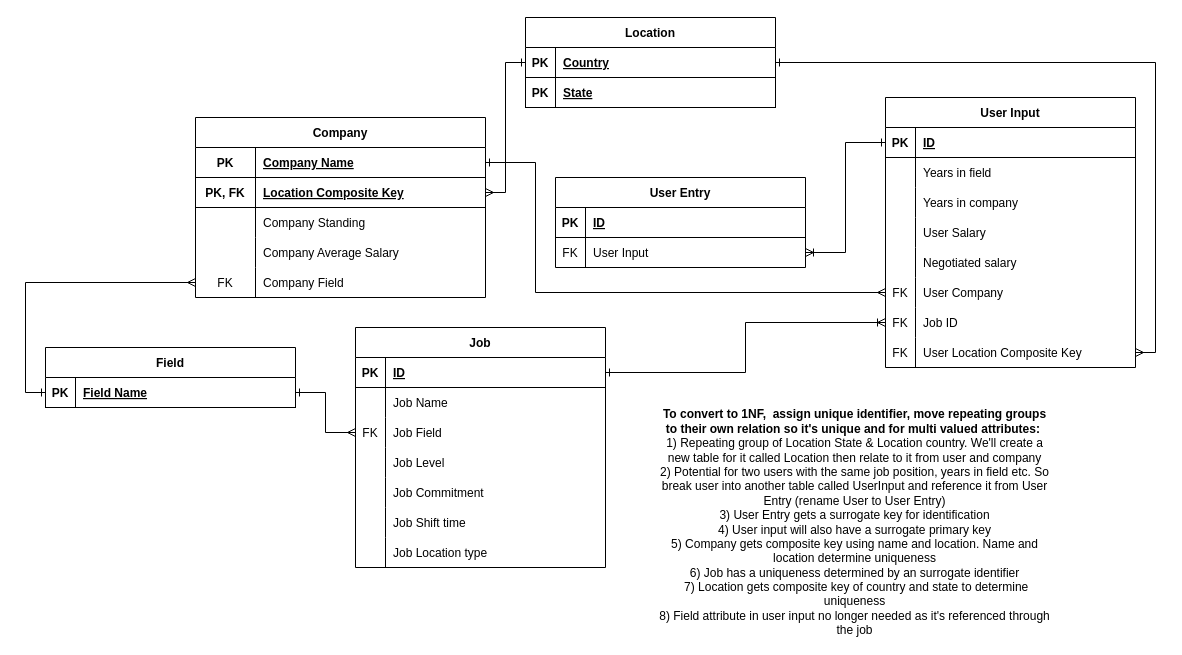
Above: Design Process & MISC/1NF_FINAL.drawio in codermanz/salaryShareProject (draw.io), before the change. Source tidied: cells renumbered, new cells numbered last; positions are measured from the earlier drawing's top-left corner, leaving out a move shared by most shapes. Both pictures are drawn from the tidied source at 100%, with x=0, y=0 at pixel (45, 17).
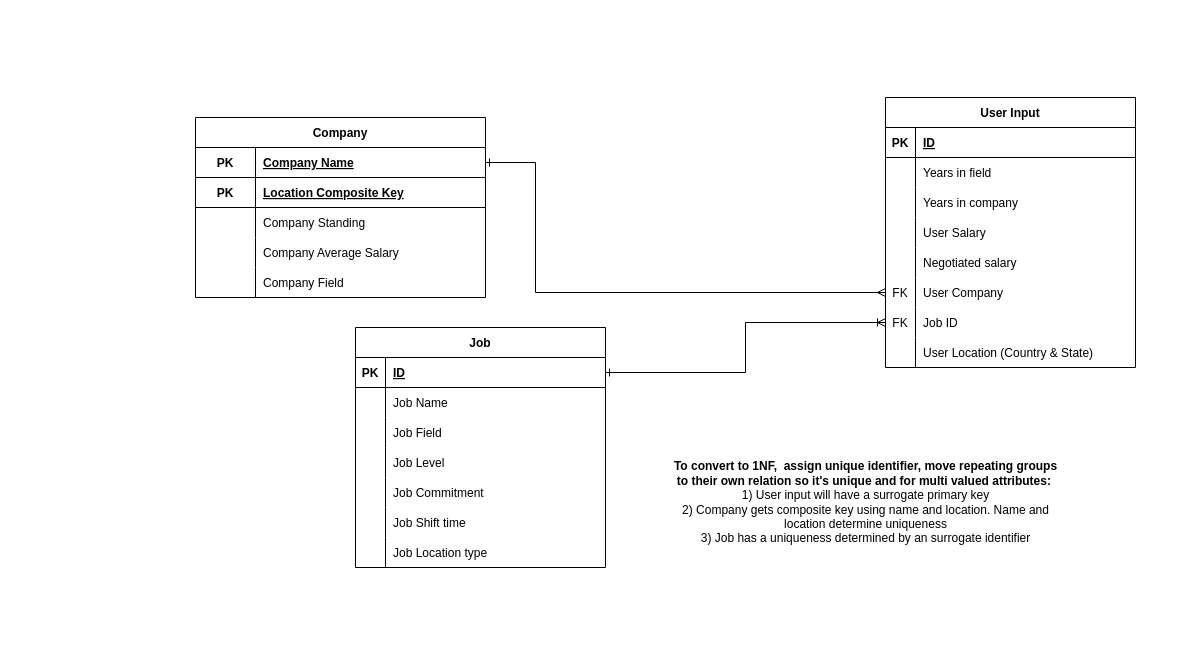
The same page after the edit.

Unchanged cells that the change refers to:
```xml
<mxCell id="6" style="shape=partialRectangle;fillColor=none;points=[[0,0.5],[1,0.5]];portConstraint=eastwest;top=0;left=0;right=0;bottom=1;" parent="2" vertex="1">
  <mxGeometry y="60" width="290" height="30" as="geometry" />
</mxCell>
<mxCell id="15" style="shape=partialRectangle;fillColor=none;points=[[0,0.5],[1,0.5]];portConstraint=eastwest;top=0;left=0;right=0;bottom=0;" parent="2" vertex="1">
  <mxGeometry y="150" width="290" height="30" as="geometry" />
</mxCell>
<mxCell id="25" style="shape=partialRectangle;fillColor=none;points=[[0,0.5],[1,0.5]];portConstraint=eastwest;top=0;left=0;right=0;bottom=0;" parent="18" vertex="1">
  <mxGeometry y="90" width="250" height="30" as="geometry" />
</mxCell>
<mxCell id="65" style="shape=partialRectangle;fillColor=none;points=[[0,0.5],[1,0.5]];portConstraint=eastwest;top=0;left=0;right=0;bottom=1;" parent="64" vertex="1">
  <mxGeometry y="30" width="250" height="30" as="geometry" />
</mxCell>
<mxCell id="86" style="shape=partialRectangle;fillColor=none;points=[[0,0.5],[1,0.5]];portConstraint=eastwest;top=0;left=0;right=0;bottom=0;" parent="64" vertex="1">
  <mxGeometry y="240" width="250" height="30" as="geometry" />
</mxCell>
```

What changed in the source:
```diff
@@
-    <mxCell id="7" value="PK, FK" style="shape=partialRectangle;overflow=hidden;fillColor=none;top=0;left=0;bottom=0;right=0;fontStyle=1;" parent="6" vertex="1">
+    <mxCell id="7" value="PK" style="shape=partialRectangle;overflow=hidden;fillColor=none;top=0;left=0;bottom=0;right=0;fontStyle=1;" parent="6" vertex="1">
       <mxGeometry width="60" height="30" as="geometry" />
     </mxCell>
@@
-    <mxCell id="16" value="FK" style="shape=partialRectangle;overflow=hidden;fillColor=none;top=0;left=0;bottom=0;right=0;" parent="15" vertex="1">
+    <mxCell id="16" style="shape=partialRectangle;overflow=hidden;fillColor=none;top=0;left=0;bottom=0;right=0;" parent="15" vertex="1">
       <mxGeometry width="60" height="30" as="geometry" />
     </mxCell>
@@
-    <mxCell id="26" value="FK" style="shape=partialRectangle;overflow=hidden;fillColor=none;top=0;left=0;bottom=0;right=0;" parent="25" vertex="1">
+    <mxCell id="26" style="shape=partialRectangle;overflow=hidden;fillColor=none;top=0;left=0;bottom=0;right=0;" parent="25" vertex="1">
       <mxGeometry width="30" height="30" as="geometry" />
     </mxCell>
@@
-    <mxCell id="40" value="&lt;b&gt;To convert to 1NF, &amp;nbsp;assign unique identifier, move repeating groups to their own relation so it's unique and for multi valued attributes:&lt;/b&gt;&amp;nbsp;&lt;br&gt;1) Repeating group of Location State &amp;amp; Location country. We'll create a new table for it called Location then relate to it from user and company&lt;br&gt;2) Potential for two users with the same job position, years in field etc. So break user into another table called UserInput and reference it from User Entry (rename User to User Entry)&lt;br&gt;3) User Entry gets a surrogate key for identification&lt;br&gt;4) User input will also have a surrogate primary key&lt;br&gt;5) Company gets composite key using name and location. Name and location determine uniqueness&lt;br&gt;6) Job has a uniqueness determined by an surrogate identifier&lt;br&gt;&amp;nbsp;7) Location gets composite key of country and state to determine uniqueness&lt;br&gt;8) Field attribute in user input no longer needed as it's referenced through the job" style="text;html=1;strokeColor=none;fillColor=none;align=center;verticalAlign=middle;whiteSpace=wrap;rounded=0;" parent="1" vertex="1">
-      <mxGeometry x="610" y="410" width="399" height="190" as="geometry" />
+    <mxCell id="40" value="&lt;b&gt;To convert to 1NF, &amp;nbsp;assign unique identifier, move repeating groups to their own relation so it's unique and for multi valued attributes:&lt;/b&gt;&amp;nbsp;&lt;br&gt;1) User input will have a surrogate primary key&lt;br&gt;2) Company gets composite key using name and location. Name and location determine uniqueness&lt;br&gt;3) Job has a uniqueness determined by an surrogate identifier" style="text;html=1;strokeColor=none;fillColor=none;align=center;verticalAlign=middle;whiteSpace=wrap;rounded=0;" parent="1" vertex="1">
+      <mxGeometry x="621" y="390" width="399" height="190" as="geometry" />
     </mxCell>
-    <mxCell id="41" value="Field" style="shape=table;startSize=30;childLayout=tableLayout;rowLines=0;fontStyle=1;align=center;" parent="1" vertex="1">
-      <mxGeometry y="330" width="250" height="60" as="geometry" />
-    </mxCell>
-    <mxCell id="42" style="shape=partialRectangle;fillColor=none;points=[[0,0.5],[1,0.5]];portConstraint=eastwest;top=0;left=0;right=0;bottom=1;" parent="41" vertex="1">
-      <mxGeometry y="30" width="250" height="30" as="geometry" />
-    </mxCell>
-    <mxCell id="43" value="PK" style="shape=partialRectangle;overflow=hidden;fillColor=none;top=0;left=0;bottom=0;right=0;fontStyle=1;" parent="42" vertex="1">
-      <mxGeometry width="30" height="30" as="geometry" />
-    </mxCell>
-    <mxCell id="44" value="Field Name" style="shape=partialRectangle;overflow=hidden;fillColor=none;top=0;left=0;bottom=0;right=0;align=left;spacingLeft=6;fontStyle=5;" parent="42" vertex="1">
-      <mxGeometry x="30" width="220" height="30" as="geometry" />
-    </mxCell>
-    <mxCell id="45" value="Location" style="shape=table;startSize=30;childLayout=tableLayout;rowLines=0;fontStyle=1;align=center;" parent="1" vertex="1">
-      <mxGeometry x="480" width="250" height="90" as="geometry" />
-    </mxCell>
-    <mxCell id="46" style="shape=partialRectangle;fillColor=none;points=[[0,0.5],[1,0.5]];portConstraint=eastwest;top=0;left=0;right=0;bottom=1;" parent="45" vertex="1">
-      <mxGeometry y="30" width="250" height="30" as="geometry" />
-    </mxCell>
-    <mxCell id="47" value="PK" style="shape=partialRectangle;overflow=hidden;fillColor=none;top=0;left=0;bottom=0;right=0;fontStyle=1;" parent="46" vertex="1">
-      <mxGeometry width="30" height="30" as="geometry" />
-    </mxCell>
-    <mxCell id="48" value="Country" style="shape=partialRectangle;overflow=hidden;fillColor=none;top=0;left=0;bottom=0;right=0;align=left;spacingLeft=6;fontStyle=5;" parent="46" vertex="1">
-      <mxGeometry x="30" width="220" height="30" as="geometry" />
-    </mxCell>
-    <mxCell id="49" style="shape=partialRectangle;fillColor=none;top=0;left=0;right=0;bottom=1;" parent="45" vertex="1">
-      <mxGeometry y="60" width="250" height="30" as="geometry" />
-    </mxCell>
-    <mxCell id="50" value="PK" style="shape=partialRectangle;overflow=hidden;fillColor=none;top=0;left=0;bottom=0;right=0;fontStyle=1;" parent="49" vertex="1">
-      <mxGeometry width="30" height="30" as="geometry" />
-    </mxCell>
-    <mxCell id="51" value="State" style="shape=partialRectangle;overflow=hidden;fillColor=none;top=0;left=0;bottom=0;right=0;align=left;spacingLeft=6;fontStyle=5;" parent="49" vertex="1">
-      <mxGeometry x="30" width="220" height="30" as="geometry" />
-    </mxCell>
-    <mxCell id="52" value="User Entry" style="shape=table;startSize=30;childLayout=tableLayout;rowLines=0;fontStyle=1;align=center;" parent="1" vertex="1">
-      <mxGeometry x="510" y="160" width="250" height="90" as="geometry" />
-    </mxCell>
-    <mxCell id="53" style="shape=partialRectangle;fillColor=none;top=0;left=0;right=0;bottom=1;" parent="52" vertex="1">
-      <mxGeometry y="30" width="250" height="30" as="geometry" />
-    </mxCell>
-    <mxCell id="54" value="PK" style="shape=partialRectangle;overflow=hidden;fillColor=none;top=0;left=0;bottom=0;right=0;fontStyle=1;" parent="53" vertex="1">
-      <mxGeometry width="30" height="30" as="geometry" />
-    </mxCell>
-    <mxCell id="55" value="ID" style="shape=partialRectangle;overflow=hidden;fillColor=none;top=0;left=0;bottom=0;right=0;align=left;spacingLeft=6;fontStyle=5;" parent="53" vertex="1">
-      <mxGeometry x="30" width="220" height="30" as="geometry" />
-    </mxCell>
-    <mxCell id="56" style="shape=partialRectangle;fillColor=none;points=[[0,0.5],[1,0.5]];portConstraint=eastwest;top=0;left=0;right=0;bottom=0;" parent="52" vertex="1">
-      <mxGeometry y="60" width="250" height="30" as="geometry" />
-    </mxCell>
-    <mxCell id="57" value="FK" style="shape=partialRectangle;overflow=hidden;fillColor=none;top=0;left=0;bottom=0;right=0;" parent="56" vertex="1">
-      <mxGeometry width="30" height="30" as="geometry" />
-    </mxCell>
-    <mxCell id="58" value="User Input " style="shape=partialRectangle;overflow=hidden;fillColor=none;top=0;left=0;bottom=0;right=0;align=left;spacingLeft=6;" parent="56" vertex="1">
-      <mxGeometry x="30" width="220" height="30" as="geometry" />
-    </mxCell>
-    <mxCell id="59" style="edgeStyle=orthogonalEdgeStyle;rounded=0;jettySize=auto;html=1;exitX=0;exitY=0.5;exitDx=0;exitDy=0;entryX=0;entryY=0.5;entryDx=0;entryDy=0;endArrow=ERone;endFill=0;startArrow=ERmany;startFill=0;" parent="1" edge="1" source="15" target="42">
-      <mxGeometry relative="1" as="geometry" />
-    </mxCell>
-    <mxCell id="60" style="edgeStyle=orthogonalEdgeStyle;rounded=0;jettySize=auto;html=1;entryX=0;entryY=0.5;entryDx=0;entryDy=0;startArrow=ERone;startFill=0;endArrow=ERmany;endFill=0;exitX=1;exitY=0.5;exitDx=0;exitDy=0;" parent="1" edge="1" source="42" target="25">
-      <mxGeometry relative="1" as="geometry" />
-    </mxCell>
-    <mxCell id="61" style="edgeStyle=orthogonalEdgeStyle;rounded=0;jettySize=auto;html=1;exitX=1;exitY=0.5;exitDx=0;exitDy=0;entryX=0;entryY=0.5;entryDx=0;entryDy=0;startArrow=ERmany;startFill=0;endArrow=ERone;endFill=0;" parent="1" edge="1" source="6" target="45">
-      <mxGeometry relative="1" as="geometry" />
-    </mxCell>
-    <mxCell id="62" style="edgeStyle=orthogonalEdgeStyle;rounded=0;jettySize=auto;html=1;exitX=1;exitY=0.5;exitDx=0;exitDy=0;entryX=1;entryY=0.5;entryDx=0;entryDy=0;startArrow=ERmany;startFill=0;endArrow=ERone;endFill=0;" parent="1" edge="1" source="86" target="46">
-      <mxGeometry relative="1" as="geometry" />
-    </mxCell>
-    <mxCell id="63" style="edgeStyle=orthogonalEdgeStyle;rounded=0;jettySize=auto;html=1;exitX=1;exitY=0.5;exitDx=0;exitDy=0;entryX=0;entryY=0.5;entryDx=0;entryDy=0;startArrow=ERoneToMany;startFill=0;endArrow=ERone;endFill=0;" parent="1" edge="1" source="56" target="65">
-      <mxGeometry relative="1" as="geometry" />
-    </mxCell>
@@
-    <mxCell id="87" value="FK" style="shape=partialRectangle;overflow=hidden;fillColor=none;top=0;left=0;bottom=0;right=0;" parent="86" vertex="1">
+    <mxCell id="87" style="shape=partialRectangle;overflow=hidden;fillColor=none;top=0;left=0;bottom=0;right=0;" parent="86" vertex="1">
       <mxGeometry width="30" height="30" as="geometry" />
     </mxCell>
-    <mxCell id="88" value="User Location Composite Key" style="shape=partialRectangle;overflow=hidden;fillColor=none;top=0;left=0;bottom=0;right=0;align=left;spacingLeft=6;" parent="86" vertex="1">
+    <mxCell id="88" value="User Location (Country &amp; State)" style="shape=partialRectangle;overflow=hidden;fillColor=none;top=0;left=0;bottom=0;right=0;align=left;spacingLeft=6;" parent="86" vertex="1">
       <mxGeometry x="30" width="220" height="30" as="geometry" />
     </mxCell>
```
